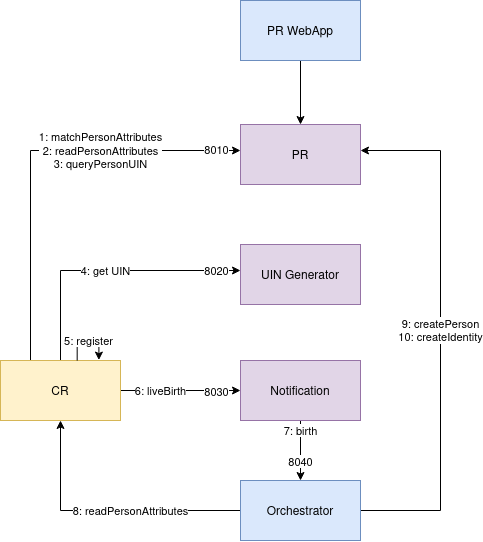
SecureIdentityAlliance/osia-reference-implementation keeps this draw.io diagram as birth_uc.png. Above is the earlier version. Source tidied: cells renumbered, new cells last; positions are measured from the earlier drawing's top-left corner, leaving out a move shared by most shapes.
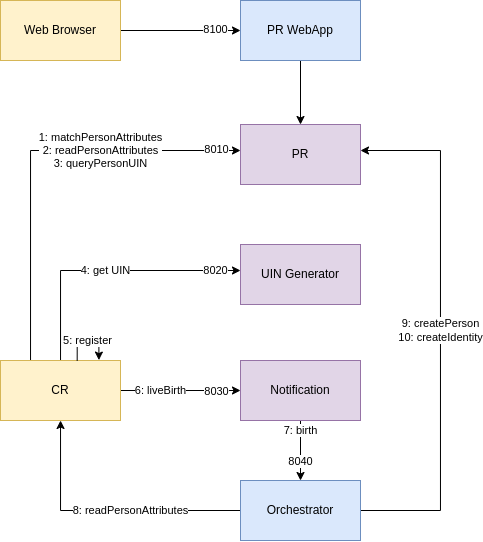
The same file after the commit.

Diff of the diagram source:
```diff
@@ -79,8 +79,19 @@
     <mxCell id="18" style="edgeStyle=orthogonalEdgeStyle;rounded=0;jettySize=auto;html=1;" parent="1" edge="1" source="19" target="13">
       <mxGeometry relative="1" as="geometry" />
     </mxCell>
+    <mxCell id="20" style="edgeStyle=orthogonalEdgeStyle;rounded=0;jettySize=auto;html=1;startArrow=classic;startFill=1;endArrow=none;endFill=0;" parent="1" edge="1" source="19" target="22">
+      <mxGeometry relative="1" as="geometry" />
+    </mxCell>
+    <mxCell id="21" value="8100" style="edgeLabel;html=1;align=center;verticalAlign=middle;" parent="20" vertex="1">
+      <mxGeometry x="-0.82" relative="1" as="geometry">
+        <mxPoint x="-14" y="-1" as="offset" />
+      </mxGeometry>
+    </mxCell>
     <mxCell id="19" value="PR WebApp" style="rounded=0;whiteSpace=wrap;html=1;fillColor=#dae8fc;strokeColor=#6c8ebf;" parent="1" vertex="1">
       <mxGeometry x="240" width="120" height="60" as="geometry" />
     </mxCell>
+    <mxCell id="22" value="Web Browser" style="rounded=0;whiteSpace=wrap;html=1;fillColor=#fff2cc;strokeColor=#d6b656;" parent="1" vertex="1">
+      <mxGeometry width="120" height="60" as="geometry" />
+    </mxCell>
   </root>
 </mxGraphModel>
```
